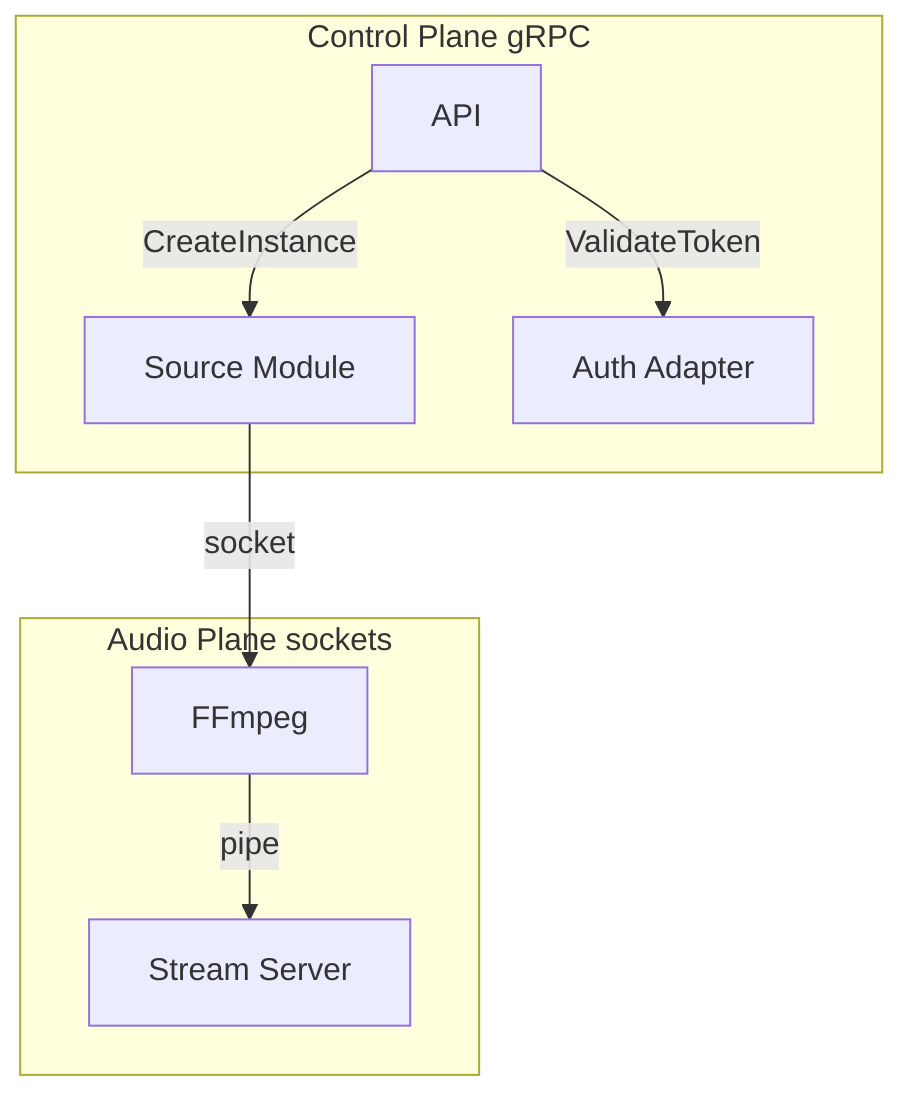
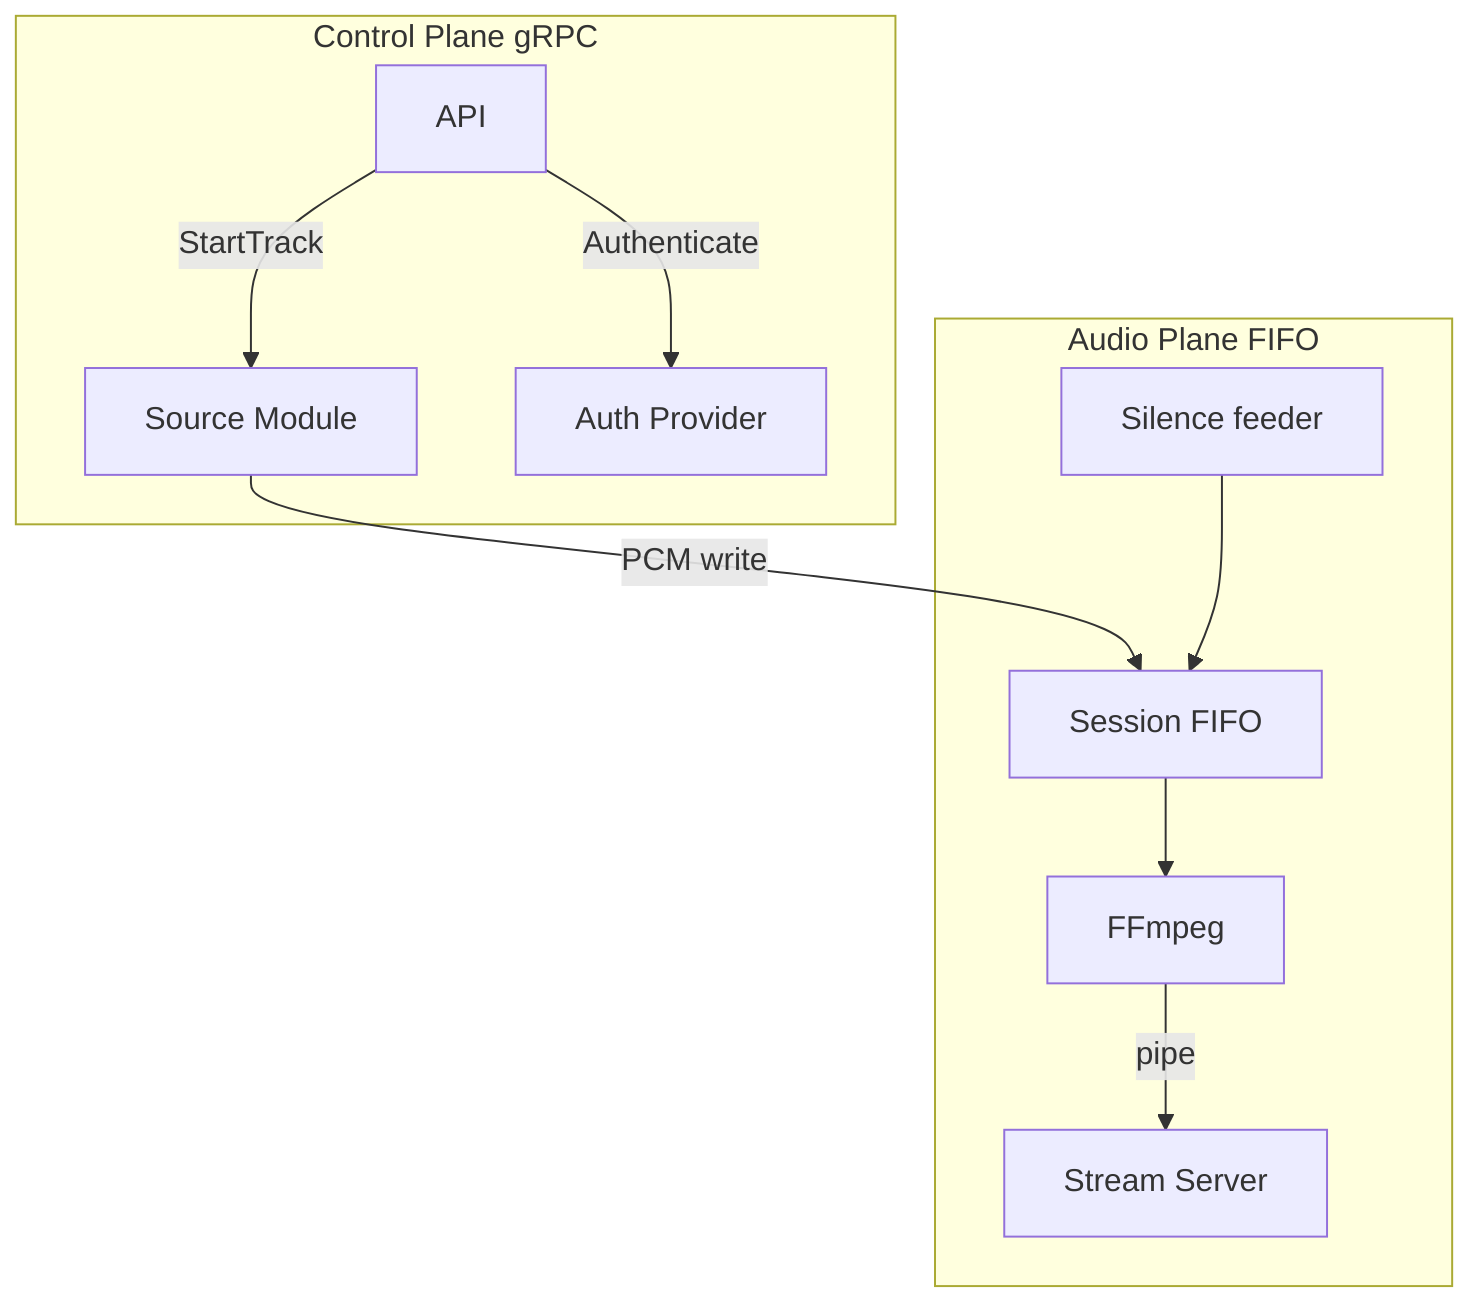
flowchart TB
  subgraph control [Control Plane gRPC]
-     API -->|CreateInstance| SrcMod[Source Module]
-     API -->|ValidateToken| AuthMod[Auth Adapter]
+     API -->|StartTrack| SrcMod[Source Module]
+     API -->|Authenticate| AuthMod[Auth Provider]
  end
-   subgraph audio [Audio Plane sockets]
-     SrcMod -->|socket| FF[FFmpeg]
+   subgraph audio [Audio Plane FIFO]
+     SrcMod -->|PCM write| FIFO[Session FIFO]
+     Silence[Silence feeder] --> FIFO
+     FIFO --> FF[FFmpeg]
    FF -->|pipe| SS[Stream Server]
  end
